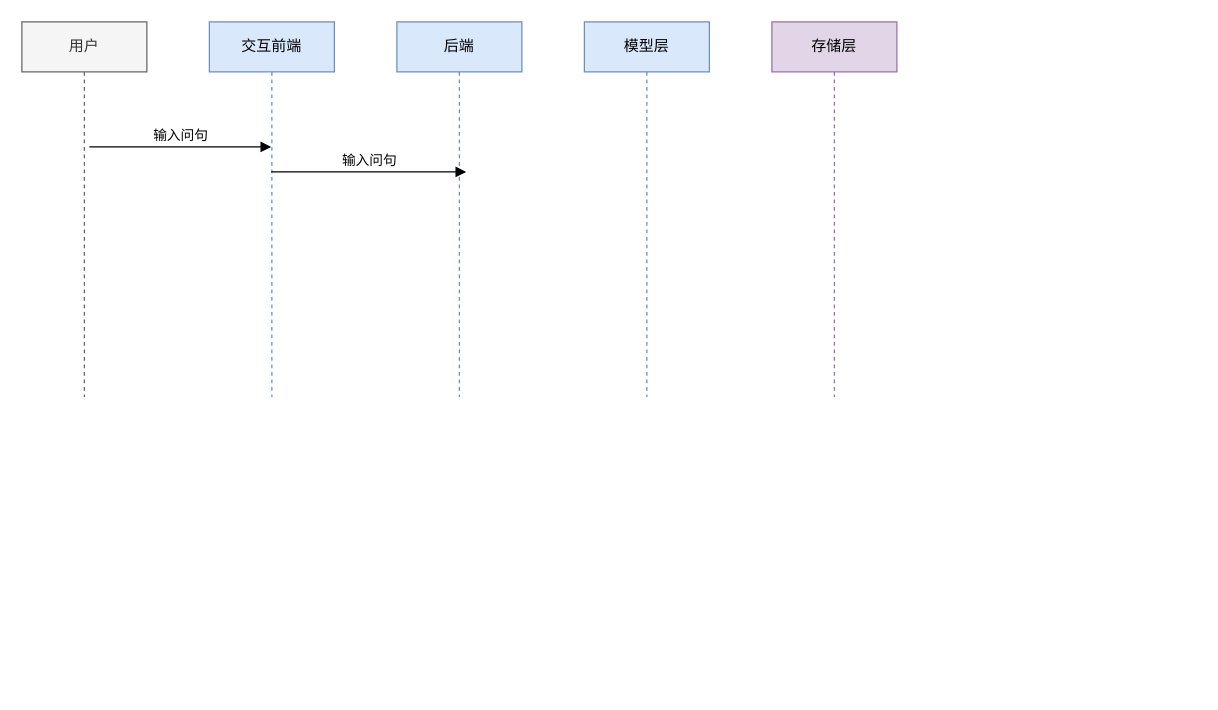
Above: timeline.drawio in Dionysusssss/GraduationDesign2 (draw.io), before the change. Source tidied: cells renumbered, new cells numbered last; positions are measured from the earlier drawing's top-left corner, leaving out a move shared by most shapes. Both pictures are drawn from the tidied source at 125%, with x=0, y=0 at pixel (21, 21).
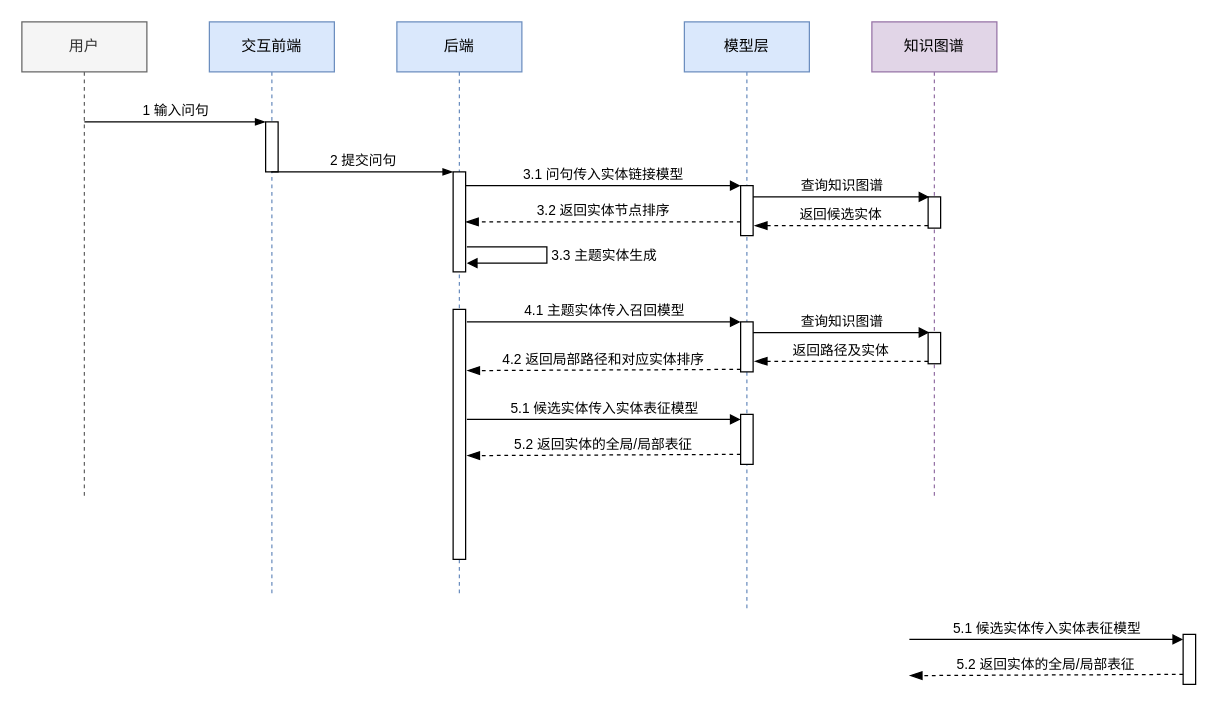
The same page after the edit.

What changed in the source:
```diff
@@
     <mxCell id="2" value="&lt;span style=&quot;&quot;&gt;用户&lt;/span&gt;" style="shape=umlLifeline;perimeter=lifelinePerimeter;whiteSpace=wrap;html=1;fillColor=#f5f5f5;fontColor=#333333;strokeColor=#666666;" parent="1" vertex="1">
-      <mxGeometry width="100" height="300" as="geometry" />
+      <mxGeometry width="100" height="380" as="geometry" />
     </mxCell>
     <mxCell id="3" value="交互前端" style="shape=umlLifeline;perimeter=lifelinePerimeter;whiteSpace=wrap;html=1;outlineConnect=0;fillColor=#dae8fc;strokeColor=#6c8ebf;" parent="1" vertex="1">
-      <mxGeometry x="150" width="100" height="300" as="geometry" />
+      <mxGeometry x="150" width="100" height="460" as="geometry" />
     </mxCell>
+    <mxCell id="9" style="html=1;points=[];perimeter=orthogonalPerimeter;" parent="3" vertex="1">
+      <mxGeometry x="45" y="80" width="10" height="40" as="geometry" />
+    </mxCell>
     <mxCell id="4" value="&lt;span style=&quot;&quot;&gt;后端&lt;/span&gt;" style="shape=umlLifeline;perimeter=lifelinePerimeter;whiteSpace=wrap;html=1;fillColor=#dae8fc;strokeColor=#6c8ebf;" parent="1" vertex="1">
-      <mxGeometry x="300" width="100" height="300" as="geometry" />
+      <mxGeometry x="300" width="100" height="460" as="geometry" />
     </mxCell>
-    <mxCell id="5" value="输入问句" style="html=1;verticalAlign=bottom;endArrow=block;rounded=0;" parent="4" edge="1" source="3">
-      <mxGeometry relative="1" as="geometry">
-        <mxPoint x="55.5" y="120" as="targetPoint" />
-      </mxGeometry>
-    </mxCell>
+    <mxCell id="10" style="html=1;points=[];perimeter=orthogonalPerimeter;" parent="4" vertex="1">
+      <mxGeometry x="45" y="120" width="10" height="80" as="geometry" />
+    </mxCell>
+    <mxCell id="11" style="html=1;perimeter=orthogonalPerimeter;" parent="4" vertex="1">
+      <mxGeometry x="45" y="230" width="10" height="200" as="geometry" />
+    </mxCell>
+    <mxCell id="12" value="3.3 主题实体生成" style="edgeStyle=orthogonalEdgeStyle;html=1;align=left;spacingLeft=2;endArrow=block;rounded=0;jumpSize=6;" parent="4" edge="1">
+      <mxGeometry relative="1" as="geometry">
+        <mxPoint x="56" y="180" as="sourcePoint" />
+        <mxPoint x="56" y="193" as="targetPoint" />
+        <Array as="points">
+          <mxPoint x="120" y="180" />
+          <mxPoint x="120" y="193" />
+        </Array>
+      </mxGeometry>
+    </mxCell>
     <mxCell id="6" value="模型层" style="shape=umlLifeline;perimeter=lifelinePerimeter;whiteSpace=wrap;html=1;fillColor=#dae8fc;strokeColor=#6c8ebf;" parent="1" vertex="1">
-      <mxGeometry x="450" width="100" height="300" as="geometry" />
+      <mxGeometry x="530" width="100" height="470" as="geometry" />
     </mxCell>
+    <mxCell id="13" style="html=1;points=[];perimeter=orthogonalPerimeter;" parent="6" vertex="1">
+      <mxGeometry x="45" y="131" width="10" height="40" as="geometry" />
+    </mxCell>
+    <mxCell id="14" style="html=1;points=[];perimeter=orthogonalPerimeter;" parent="6" vertex="1">
+      <mxGeometry x="45" y="240" width="10" height="40" as="geometry" />
+    </mxCell>
+    <mxCell id="15" style="html=1;perimeter=orthogonalPerimeter;" parent="6" vertex="1">
+      <mxGeometry x="45" y="314" width="10" height="40" as="geometry" />
+    </mxCell>
+    <mxCell id="16" value="5.1 候选实体传入实体表征模型" style="html=1;verticalAlign=bottom;endArrow=block;entryX=0;entryY=0;rounded=0;" parent="6" edge="1">
+      <mxGeometry relative="1" as="geometry">
+        <mxPoint x="-174" y="318" as="sourcePoint" />
+        <mxPoint x="45" y="318" as="targetPoint" />
+      </mxGeometry>
+    </mxCell>
+    <mxCell id="17" value="5.2 返回实体的全局/局部表征" style="html=1;verticalAlign=bottom;endArrow=blockThin;dashed=1;endSize=8;exitX=0;exitY=0.95;rounded=0;exitDx=0;exitDy=0;endFill=1;" parent="6" edge="1">
+      <mxGeometry relative="1" as="geometry">
+        <mxPoint x="45" y="346" as="sourcePoint" />
+        <mxPoint x="-174" y="347" as="targetPoint" />
+      </mxGeometry>
+    </mxCell>
-    <mxCell id="7" value="存储层" style="shape=umlLifeline;perimeter=lifelinePerimeter;whiteSpace=wrap;html=1;fillColor=#e1d5e7;strokeColor=#9673a6;" parent="1" vertex="1">
-      <mxGeometry x="600" width="100" height="300" as="geometry" />
+    <mxCell id="7" value="知识图谱" style="shape=umlLifeline;perimeter=lifelinePerimeter;whiteSpace=wrap;html=1;fillColor=#e1d5e7;strokeColor=#9673a6;" parent="1" vertex="1">
+      <mxGeometry x="680" width="100" height="380" as="geometry" />
     </mxCell>
-    <mxCell id="8" value="输入问句" style="html=1;verticalAlign=bottom;endArrow=block;rounded=0;" parent="1" edge="1" target="3">
-      <mxGeometry relative="1" as="geometry">
-        <mxPoint x="54" y="100" as="sourcePoint" />
-      </mxGeometry>
-    </mxCell>
+    <mxCell id="18" style="html=1;perimeter=orthogonalPerimeter;" parent="7" vertex="1">
+      <mxGeometry x="45" y="140" width="10" height="25" as="geometry" />
+    </mxCell>
+    <mxCell id="19" style="html=1;perimeter=orthogonalPerimeter;" parent="7" vertex="1">
+      <mxGeometry x="45" y="248.5" width="10" height="25" as="geometry" />
+    </mxCell>
+    <mxCell id="20" value="返回路径及实体" style="html=1;verticalAlign=bottom;endArrow=blockThin;dashed=1;endSize=8;exitX=0;exitY=0.95;rounded=0;entryX=1.1;entryY=0.9;entryDx=0;entryDy=0;entryPerimeter=0;endFill=1;jumpSize=6;" parent="7" edge="1">
+      <mxGeometry relative="1" as="geometry">
+        <mxPoint x="45" y="271.5" as="sourcePoint" />
+        <mxPoint x="-94" y="271.5" as="targetPoint" />
+      </mxGeometry>
+    </mxCell>
+    <mxCell id="21" value="查询知识图谱" style="html=1;verticalAlign=bottom;endArrow=block;rounded=0;entryX=0.1;entryY=0.1;entryDx=0;entryDy=0;entryPerimeter=0;exitX=1;exitY=0.275;exitDx=0;exitDy=0;exitPerimeter=0;" parent="7" edge="1">
+      <mxGeometry relative="1" as="geometry">
+        <mxPoint x="-95" y="248.5" as="sourcePoint" />
+        <mxPoint x="46" y="248.5" as="targetPoint" />
+      </mxGeometry>
+    </mxCell>
+    <mxCell id="22" value="1 输入问句" style="html=1;verticalAlign=bottom;startArrow=none;endArrow=blockThin;startSize=8;rounded=0;startFill=0;endFill=1;" parent="1" edge="1" target="9">
+      <mxGeometry relative="1" as="geometry">
+        <mxPoint x="50" y="80" as="sourcePoint" />
+      </mxGeometry>
+    </mxCell>
+    <mxCell id="23" value="2 提交问句" style="html=1;verticalAlign=bottom;endArrow=blockThin;entryX=0;entryY=0;rounded=0;endFill=1;" parent="1" edge="1" source="3" target="10">
+      <mxGeometry relative="1" as="geometry" />
+    </mxCell>
+    <mxCell id="24" value="3.1 问句传入实体链接模型" style="html=1;verticalAlign=bottom;endArrow=block;entryX=0;entryY=0;rounded=0;" parent="1" edge="1" target="13">
+      <mxGeometry relative="1" as="geometry">
+        <mxPoint x="355" y="131" as="sourcePoint" />
+      </mxGeometry>
+    </mxCell>
+    <mxCell id="25" value="3.2 返回实体节点排序" style="html=1;verticalAlign=bottom;endArrow=blockThin;dashed=1;endSize=8;exitX=0;exitY=0.95;rounded=0;endFill=1;" parent="1" edge="1">
+      <mxGeometry relative="1" as="geometry">
+        <mxPoint x="575" y="160" as="sourcePoint" />
+        <mxPoint x="355" y="160" as="targetPoint" />
+      </mxGeometry>
+    </mxCell>
+    <mxCell id="26" value="返回候选实体" style="html=1;verticalAlign=bottom;endArrow=blockThin;dashed=1;endSize=8;exitX=0;exitY=0.95;rounded=0;entryX=1.1;entryY=0.9;entryDx=0;entryDy=0;entryPerimeter=0;endFill=1;" parent="1" edge="1">
+      <mxGeometry relative="1" as="geometry">
+        <mxPoint x="725" y="163" as="sourcePoint" />
+        <mxPoint x="586" y="163" as="targetPoint" />
+      </mxGeometry>
+    </mxCell>
+    <mxCell id="27" value="查询知识图谱" style="html=1;verticalAlign=bottom;endArrow=block;rounded=0;entryX=0.1;entryY=0.1;entryDx=0;entryDy=0;entryPerimeter=0;exitX=1;exitY=0.275;exitDx=0;exitDy=0;exitPerimeter=0;" parent="1" edge="1">
+      <mxGeometry relative="1" as="geometry">
+        <mxPoint x="585" y="140" as="sourcePoint" />
+        <mxPoint x="726" y="140" as="targetPoint" />
+      </mxGeometry>
+    </mxCell>
+    <mxCell id="28" value="4.1 主题实体传入召回模型" style="html=1;verticalAlign=bottom;endArrow=block;entryX=0;entryY=0;rounded=0;" parent="1" edge="1" target="14">
+      <mxGeometry relative="1" as="geometry">
+        <mxPoint x="356" y="240" as="sourcePoint" />
+      </mxGeometry>
+    </mxCell>
+    <mxCell id="29" value="4.2 返回局部路径和对应实体排序" style="html=1;verticalAlign=bottom;endArrow=blockThin;dashed=1;endSize=8;exitX=0;exitY=0.95;rounded=0;exitDx=0;exitDy=0;endFill=1;" parent="1" edge="1" source="14">
+      <mxGeometry relative="1" as="geometry">
+        <mxPoint x="356" y="279" as="targetPoint" />
+      </mxGeometry>
+    </mxCell>
+    <mxCell id="30" style="html=1;perimeter=orthogonalPerimeter;" parent="1" vertex="1">
+      <mxGeometry x="929" y="490" width="10" height="40" as="geometry" />
+    </mxCell>
+    <mxCell id="31" value="5.1 候选实体传入实体表征模型" style="html=1;verticalAlign=bottom;endArrow=block;entryX=0;entryY=0;rounded=0;" parent="1" edge="1">
+      <mxGeometry relative="1" as="geometry">
+        <mxPoint x="710" y="494" as="sourcePoint" />
+        <mxPoint x="929" y="494" as="targetPoint" />
+      </mxGeometry>
+    </mxCell>
+    <mxCell id="32" value="5.2 返回实体的全局/局部表征" style="html=1;verticalAlign=bottom;endArrow=blockThin;dashed=1;endSize=8;exitX=0;exitY=0.95;rounded=0;exitDx=0;exitDy=0;endFill=1;" parent="1" edge="1">
+      <mxGeometry relative="1" as="geometry">
+        <mxPoint x="929" y="522" as="sourcePoint" />
+        <mxPoint x="710" y="523" as="targetPoint" />
+      </mxGeometry>
+    </mxCell>
```
